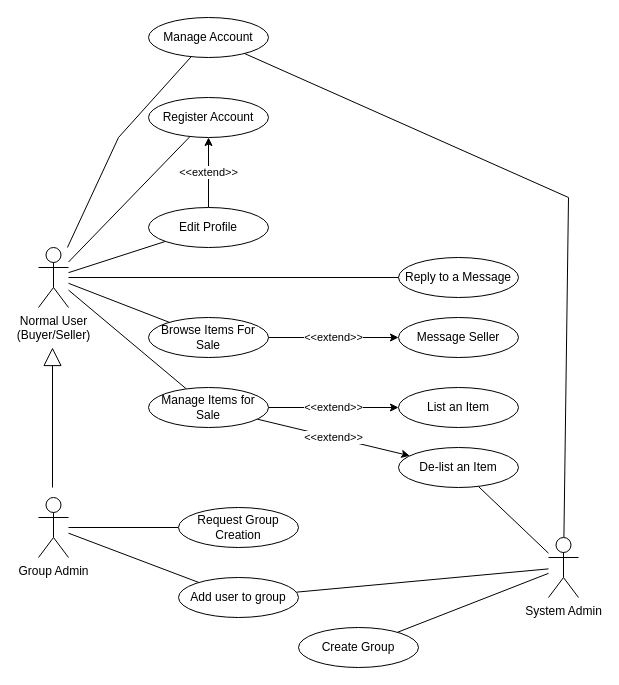
Above: Use Case.drawio in DragoDan7786/CSC490SeniorProject (draw.io), before the change. Source tidied: cells renumbered, new cells numbered last; positions are measured from the earlier drawing's top-left corner, leaving out a move shared by most shapes. Both pictures are drawn from the tidied source at 100%, with x=0, y=0 at pixel (38, 17).
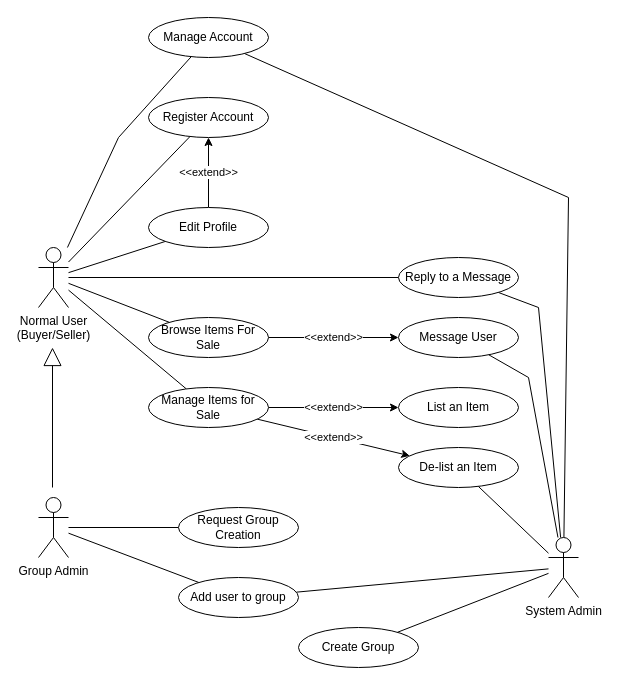
After the change.

The change refers to these unchanged cells:
```xml
<mxCell id="15" value="System Admin" style="shape=umlActor;verticalLabelPosition=bottom;verticalAlign=top;html=1;" parent="1" vertex="1">
  <mxGeometry x="510" y="520" width="30" height="60" as="geometry" />
</mxCell>
<mxCell id="25" value="Reply to a Message" style="ellipse;whiteSpace=wrap;html=1;" parent="1" vertex="1">
  <mxGeometry x="360" y="240" width="120" height="40" as="geometry" />
</mxCell>
```

Change to the diagram source:
```diff
@@
+    <mxCell id="34" style="edgeStyle=none;shape=connector;rounded=0;jettySize=auto;html=1;labelBackgroundColor=default;strokeColor=default;align=center;verticalAlign=middle;fontFamily=Helvetica;fontSize=11;fontColor=default;startArrow=none;startFill=0;endArrow=none;endFill=0;" parent="1" edge="1" source="15" target="24">
+      <mxGeometry relative="1" as="geometry">
+        <Array as="points">
+          <mxPoint x="490" y="360" />
+        </Array>
+      </mxGeometry>
+    </mxCell>
+    <mxCell id="35" style="edgeStyle=none;shape=connector;rounded=0;jettySize=auto;html=1;labelBackgroundColor=default;strokeColor=default;align=center;verticalAlign=middle;fontFamily=Helvetica;fontSize=11;fontColor=default;startArrow=none;startFill=0;endArrow=none;endFill=0;" parent="1" edge="1" source="15" target="25">
+      <mxGeometry relative="1" as="geometry">
+        <Array as="points">
+          <mxPoint x="500" y="290" />
+        </Array>
+      </mxGeometry>
+    </mxCell>
@@
-    <mxCell id="24" value="Message Seller" style="ellipse;whiteSpace=wrap;html=1;" parent="1" vertex="1">
+    <mxCell id="24" value="Message User" style="ellipse;whiteSpace=wrap;html=1;" parent="1" vertex="1">
       <mxGeometry x="360" y="300" width="120" height="40" as="geometry" />
     </mxCell>
```
